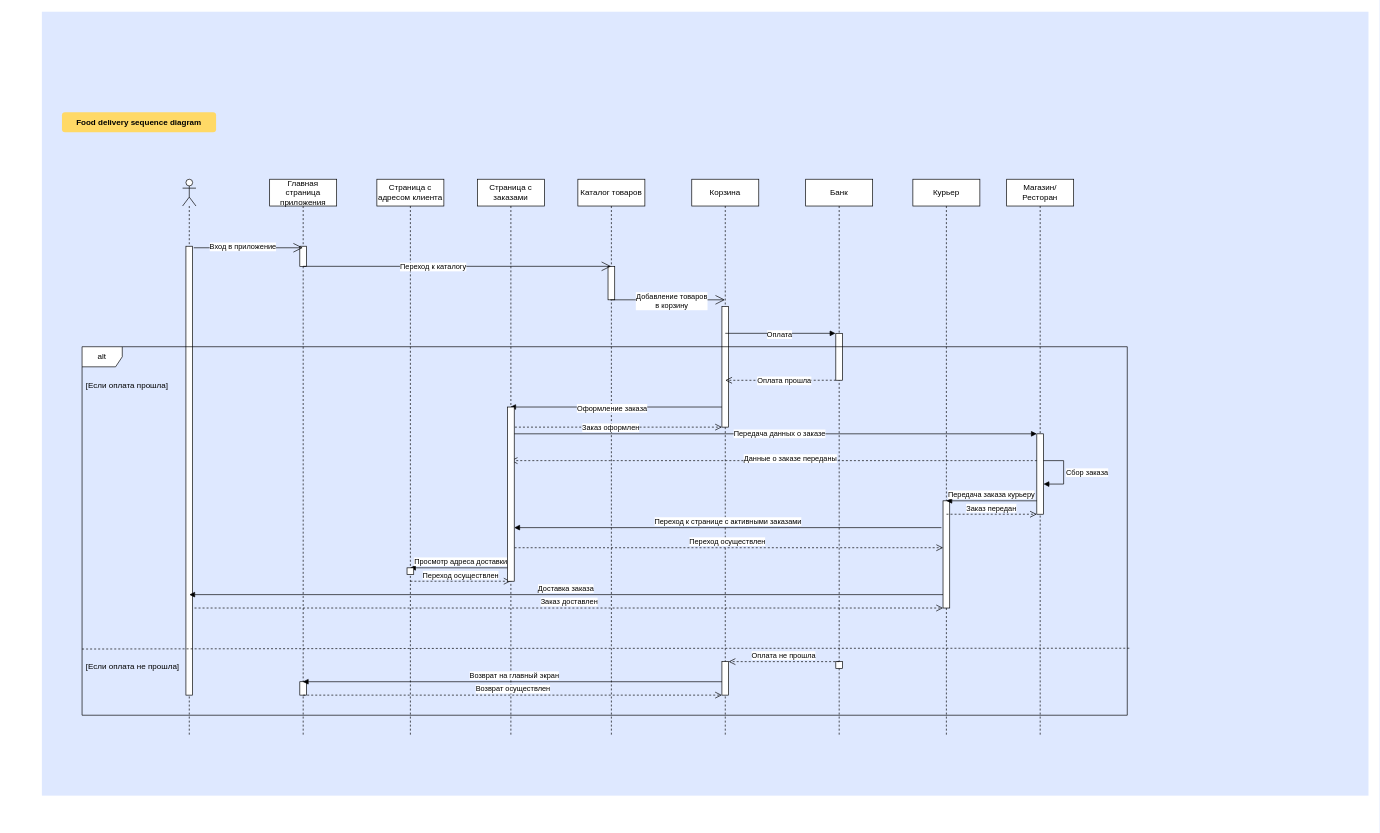
Earlier version of the draw.io diagram Диаграмма без названия.drawio (vasslin/Programming-Technologies-3). Source tidied: cells renumbered, new cells numbered last; positions are measured from the earlier drawing's top-left corner, leaving out a move shared by most shapes. Both pictures are drawn from the tidied source at 67%, with x=0, y=0 at pixel (42, 11).
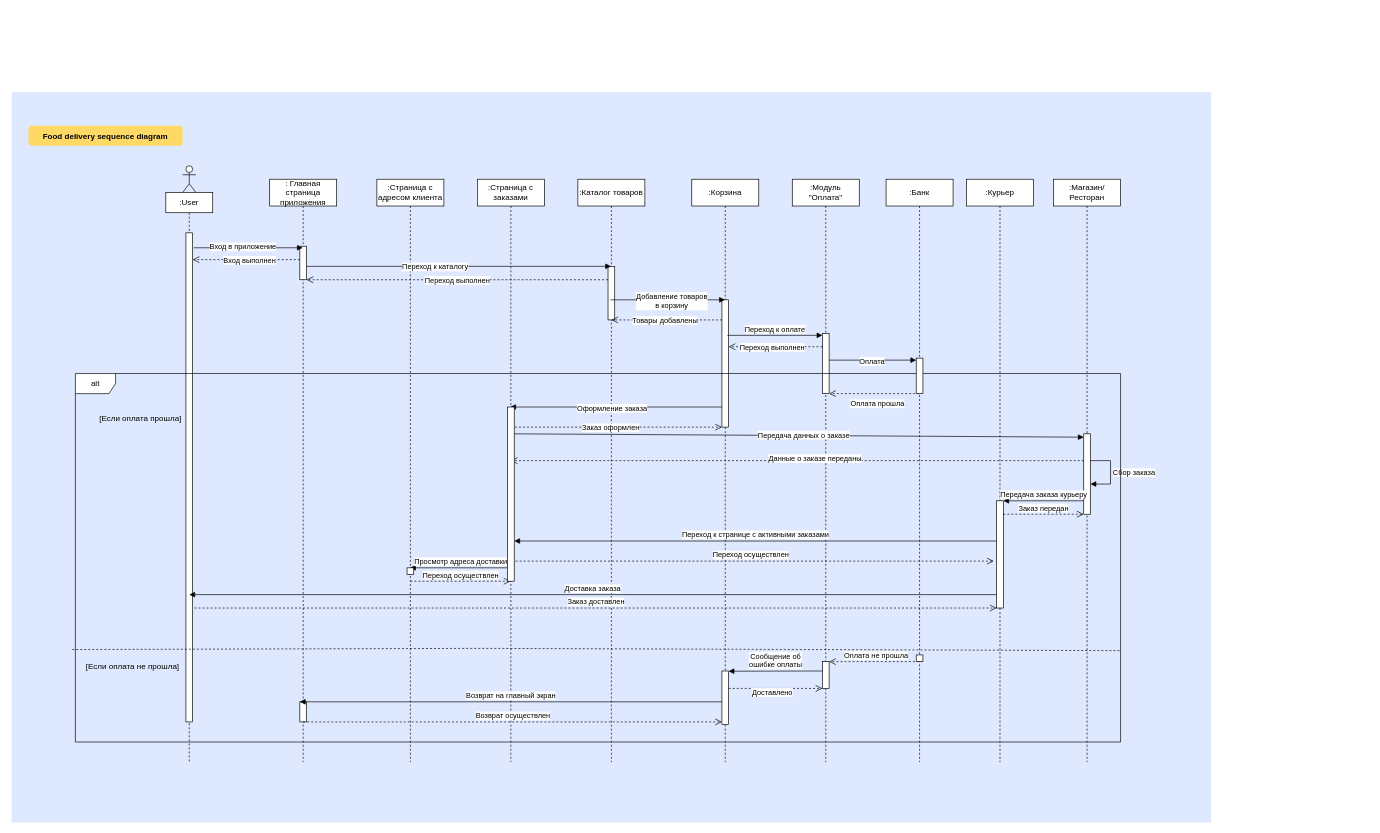
After the change.

Unchanged cells that the change refers to:
```xml
<mxCell id="15" style="html=1;points=[[0,0,0,0,5],[0,1,0,0,-5],[1,0,0,0,5],[1,1,0,0,-5]];perimeter=orthogonalPerimeter;outlineConnect=0;targetShapes=umlLifeline;portConstraint=eastwest;newEdgeStyle={&quot;curved&quot;:0,&quot;rounded&quot;:0};" parent="14" vertex="1">
  <mxGeometry x="45" y="480" width="10" height="160" as="geometry" />
</mxCell>
<mxCell id="17" style="html=1;points=[[0,0,0,0,5],[0,1,0,0,-5],[1,0,0,0,5],[1,1,0,0,-5]];perimeter=orthogonalPerimeter;outlineConnect=0;targetShapes=umlLifeline;portConstraint=eastwest;newEdgeStyle={&quot;curved&quot;:0,&quot;rounded&quot;:0};" parent="16" vertex="1">
  <mxGeometry x="45" y="380" width="10" height="120" as="geometry" />
</mxCell>
<mxCell id="55" style="html=1;points=[[0,0,0,0,5],[0,1,0,0,-5],[1,0,0,0,5],[1,1,0,0,-5]];perimeter=orthogonalPerimeter;outlineConnect=0;targetShapes=umlLifeline;portConstraint=eastwest;newEdgeStyle={&quot;curved&quot;:0,&quot;rounded&quot;:0};" parent="1" vertex="1">
  <mxGeometry x="695" y="590" width="10" height="260" as="geometry" />
</mxCell>
```

Change to the diagram source:
```diff
@@
     <mxCell id="2" style="fillColor=#DEE8FF;strokeColor=none;" parent="1" vertex="1">
-      <mxGeometry width="1980" height="1170" as="geometry" />
+      <mxGeometry x="-45" y="120" width="1790" height="1090" as="geometry" />
     </mxCell>
     <mxCell id="3" value="Food delivery sequence diagram" style="rounded=1;fontStyle=1;fillColor=#FFD966;strokeColor=none;" parent="1" vertex="1">
-      <mxGeometry x="30" y="150" width="230" height="30" as="geometry" />
+      <mxGeometry x="-20" y="170" width="230" height="30" as="geometry" />
     </mxCell>
-    <mxCell id="4" value="Главная страница приложения" style="shape=umlLifeline;perimeter=lifelinePerimeter;whiteSpace=wrap;html=1;outlineConnect=0;portConstraint=eastwest;newEdgeStyle={&quot;curved&quot;:0,&quot;rounded&quot;:0};" parent="1" vertex="1">
-      <mxGeometry x="340" y="250" width="100" height="830" as="geometry" />
+    <mxCell id="4" value=": Главная страница приложения" style="shape=umlLifeline;perimeter=lifelinePerimeter;whiteSpace=wrap;html=1;outlineConnect=0;portConstraint=eastwest;newEdgeStyle={&quot;curved&quot;:0,&quot;rounded&quot;:0};" parent="1" vertex="1">
+      <mxGeometry x="340" y="250" width="100" height="870" as="geometry" />
     </mxCell>
     <mxCell id="5" style="html=1;points=[[0,0,0,0,5],[0,1,0,0,-5],[1,0,0,0,5],[1,1,0,0,-5]];perimeter=orthogonalPerimeter;outlineConnect=0;targetShapes=umlLifeline;portConstraint=eastwest;newEdgeStyle={&quot;curved&quot;:0,&quot;rounded&quot;:0};" parent="4" vertex="1">
-      <mxGeometry x="45" y="100" width="10" height="30" as="geometry" />
+      <mxGeometry x="45" y="100" width="10" height="50" as="geometry" />
     </mxCell>
     <mxCell id="6" style="html=1;perimeter=orthogonalPerimeter;targetShapes=umlLifeline;newEdgeStyle={&quot;curved&quot;:0,&quot;rounded&quot;:0};" parent="4" vertex="1">
-      <mxGeometry x="45" y="750" width="10" height="20" as="geometry" />
+      <mxGeometry x="45" y="780" width="10" height="30" as="geometry" />
     </mxCell>
-    <mxCell id="7" value="Каталог товаров" style="shape=umlLifeline;perimeter=lifelinePerimeter;whiteSpace=wrap;html=1;outlineConnect=0;portConstraint=eastwest;newEdgeStyle={&quot;curved&quot;:0,&quot;rounded&quot;:0};" parent="1" vertex="1">
-      <mxGeometry x="800" y="250" width="100" height="830" as="geometry" />
+    <mxCell id="7" value=":Каталог товаров" style="shape=umlLifeline;perimeter=lifelinePerimeter;whiteSpace=wrap;html=1;outlineConnect=0;portConstraint=eastwest;newEdgeStyle={&quot;curved&quot;:0,&quot;rounded&quot;:0};" parent="1" vertex="1">
+      <mxGeometry x="800" y="250" width="100" height="870" as="geometry" />
     </mxCell>
     <mxCell id="8" style="html=1;points=[[0,0,0,0,5],[0,1,0,0,-5],[1,0,0,0,5],[1,1,0,0,-5]];perimeter=orthogonalPerimeter;outlineConnect=0;targetShapes=umlLifeline;portConstraint=eastwest;newEdgeStyle={&quot;curved&quot;:0,&quot;rounded&quot;:0};" parent="7" vertex="1">
-      <mxGeometry x="45" y="130" width="10" height="50" as="geometry" />
+      <mxGeometry x="45" y="130" width="10" height="80" as="geometry" />
     </mxCell>
-    <mxCell id="9" value="Корзина" style="shape=umlLifeline;perimeter=lifelinePerimeter;whiteSpace=wrap;html=1;newEdgeStyle={&quot;curved&quot;:0,&quot;rounded&quot;:0};" parent="1" vertex="1">
-      <mxGeometry x="970" y="250" width="100" height="830" as="geometry" />
+    <mxCell id="9" value=":Корзина" style="shape=umlLifeline;perimeter=lifelinePerimeter;whiteSpace=wrap;html=1;newEdgeStyle={&quot;curved&quot;:0,&quot;rounded&quot;:0};" parent="1" vertex="1">
+      <mxGeometry x="970" y="250" width="100" height="870" as="geometry" />
     </mxCell>
     <mxCell id="10" style="html=1;points=[[0,0,0,0,5],[0,1,0,0,-5],[1,0,0,0,5],[1,1,0,0,-5]];perimeter=orthogonalPerimeter;outlineConnect=0;targetShapes=umlLifeline;portConstraint=eastwest;newEdgeStyle={&quot;curved&quot;:0,&quot;rounded&quot;:0};" parent="9" vertex="1">
-      <mxGeometry x="45" y="190" width="10" height="180" as="geometry" />
+      <mxGeometry x="45" y="180" width="10" height="190" as="geometry" />
     </mxCell>
+    <mxCell id="60" style="html=1;points=[[0,0,0,0,5],[0,1,0,0,-5],[1,0,0,0,5],[1,1,0,0,-5]];perimeter=orthogonalPerimeter;outlineConnect=0;targetShapes=umlLifeline;portConstraint=eastwest;newEdgeStyle={&quot;curved&quot;:0,&quot;rounded&quot;:0};" parent="9" vertex="1">
+      <mxGeometry x="45" y="734" width="10" height="80" as="geometry" />
+    </mxCell>
-    <mxCell id="11" value="Банк" style="shape=umlLifeline;perimeter=lifelinePerimeter;whiteSpace=wrap;html=1;newEdgeStyle={&quot;curved&quot;:0,&quot;rounded&quot;:0};" parent="1" vertex="1">
-      <mxGeometry x="1140" y="250" width="100" height="830" as="geometry" />
+    <mxCell id="11" value=":Модуль &quot;Оплата&quot;" style="shape=umlLifeline;perimeter=lifelinePerimeter;whiteSpace=wrap;html=1;newEdgeStyle={&quot;curved&quot;:0,&quot;rounded&quot;:0};" parent="1" vertex="1">
+      <mxGeometry x="1120" y="250" width="100" height="870" as="geometry" />
     </mxCell>
     <mxCell id="12" style="html=1;points=[[0,0,0,0,5],[0,1,0,0,-5],[1,0,0,0,5],[1,1,0,0,-5]];perimeter=orthogonalPerimeter;outlineConnect=0;targetShapes=umlLifeline;portConstraint=eastwest;newEdgeStyle={&quot;curved&quot;:0,&quot;rounded&quot;:0};" parent="11" vertex="1">
-      <mxGeometry x="45" y="230" width="10" height="70" as="geometry" />
+      <mxGeometry x="45" y="230" width="10" height="90" as="geometry" />
     </mxCell>
-    <mxCell id="13" style="html=1;perimeter=orthogonalPerimeter;targetShapes=umlLifeline;newEdgeStyle={&quot;curved&quot;:0,&quot;rounded&quot;:0};" parent="11" vertex="1">
-      <mxGeometry x="45" y="720" width="10" height="10" as="geometry" />
-    </mxCell>
-    <mxCell id="14" value="Курьер" style="shape=umlLifeline;perimeter=lifelinePerimeter;whiteSpace=wrap;html=1;newEdgeStyle={&quot;curved&quot;:0,&quot;rounded&quot;:0};" parent="1" vertex="1">
-      <mxGeometry x="1300" y="250" width="100" height="830" as="geometry" />
+    <mxCell id="14" value=":Курьер" style="shape=umlLifeline;perimeter=lifelinePerimeter;whiteSpace=wrap;html=1;newEdgeStyle={&quot;curved&quot;:0,&quot;rounded&quot;:0};" parent="1" vertex="1">
+      <mxGeometry x="1380" y="250" width="100" height="870" as="geometry" />
     </mxCell>
@@
-    <mxCell id="16" value="Магазин/Ресторан" style="shape=umlLifeline;perimeter=lifelinePerimeter;whiteSpace=wrap;html=1;newEdgeStyle={&quot;curved&quot;:0,&quot;rounded&quot;:0};" parent="1" vertex="1">
-      <mxGeometry x="1440" y="250" width="100" height="830" as="geometry" />
+    <mxCell id="16" value=":Магазин/Ресторан" style="shape=umlLifeline;perimeter=lifelinePerimeter;whiteSpace=wrap;html=1;newEdgeStyle={&quot;curved&quot;:0,&quot;rounded&quot;:0};" parent="1" vertex="1">
+      <mxGeometry x="1510" y="250" width="100" height="870" as="geometry" />
     </mxCell>
@@
-    <mxCell id="19" style="endArrow=open;endFill=1;endSize=12;html=1;rounded=0;exitX=0.056;exitY=1.242;exitDx=0;exitDy=0;exitPerimeter=0;" parent="1" edge="1" target="4">
+    <mxCell id="19" style="endArrow=block;endFill=1;html=1;rounded=0;exitX=0.056;exitY=1.242;exitDx=0;exitDy=0;exitPerimeter=0;" parent="1" edge="1" target="4">
       <mxGeometry relative="1" as="geometry">
         <mxPoint x="226.7" y="352.3" as="sourcePoint" />
       </mxGeometry>
     </mxCell>
@@
     <mxCell id="21" style="shape=umlLifeline;perimeter=lifelinePerimeter;whiteSpace=wrap;html=1;newEdgeStyle={&quot;curved&quot;:0,&quot;rounded&quot;:0};participant=umlActor;" parent="1" vertex="1">
-      <mxGeometry x="210" y="250" width="20" height="830" as="geometry" />
+      <mxGeometry x="210" y="230" width="20" height="890" as="geometry" />
     </mxCell>
     <mxCell id="22" style="html=1;perimeter=orthogonalPerimeter;targetShapes=umlLifeline;newEdgeStyle={&quot;curved&quot;:0,&quot;rounded&quot;:0};" parent="21" vertex="1">
-      <mxGeometry x="5" y="100" width="10" height="670" as="geometry" />
+      <mxGeometry x="5" y="100" width="10" height="730" as="geometry" />
     </mxCell>
-    <mxCell id="23" value="Страница с адресом клиента" style="shape=umlLifeline;perimeter=lifelinePerimeter;whiteSpace=wrap;html=1;outlineConnect=0;portConstraint=eastwest;newEdgeStyle={&quot;curved&quot;:0,&quot;rounded&quot;:0};" parent="1" vertex="1">
-      <mxGeometry x="500" y="250" width="100" height="830" as="geometry" />
+    <mxCell id="23" value=":Страница с адресом клиента" style="shape=umlLifeline;perimeter=lifelinePerimeter;whiteSpace=wrap;html=1;outlineConnect=0;portConstraint=eastwest;newEdgeStyle={&quot;curved&quot;:0,&quot;rounded&quot;:0};" parent="1" vertex="1">
+      <mxGeometry x="500" y="250" width="100" height="870" as="geometry" />
     </mxCell>
-    <mxCell id="24" style="endArrow=open;endFill=1;endSize=12;html=1;rounded=0;" parent="1" edge="1" target="7">
+    <mxCell id="24" style="endArrow=block;endFill=1;html=1;rounded=0;" parent="1" edge="1">
       <mxGeometry relative="1" as="geometry">
-        <mxPoint x="390" y="380" as="sourcePoint" />
+        <mxPoint x="395" y="380" as="sourcePoint" />
+        <mxPoint x="849.5" y="380" as="targetPoint" />
       </mxGeometry>
     </mxCell>
@@
-    <mxCell id="26" style="endArrow=open;endFill=1;endSize=12;html=1;rounded=0;" parent="1" edge="1">
+    <mxCell id="26" style="endArrow=block;endFill=1;html=1;rounded=0;" parent="1" edge="1">
       <mxGeometry relative="1" as="geometry">
         <mxPoint x="848.5" y="430" as="sourcePoint" />
         <mxPoint x="1019.5" y="430" as="targetPoint" />
       </mxGeometry>
     </mxCell>
@@
-    <mxCell id="28" style="html=1;verticalAlign=bottom;endArrow=block;curved=0;rounded=0;" parent="1" edge="1">
+    <mxCell id="28" style="html=1;verticalAlign=bottom;endArrow=block;curved=0;rounded=0;" parent="1" edge="1" target="65">
       <mxGeometry relative="1" as="geometry">
-        <mxPoint x="1020" y="480" as="sourcePoint" />
-        <mxPoint x="1184.5" y="480" as="targetPoint" />
+        <mxPoint x="1175" y="520" as="sourcePoint" />
       </mxGeometry>
     </mxCell>
@@
     <mxCell id="30" value="alt" style="shape=umlFrame;whiteSpace=wrap;html=1;" parent="1" vertex="1">
-      <mxGeometry x="60" y="500" width="1560" height="550" as="geometry" />
+      <mxGeometry x="50" y="540" width="1560" height="550" as="geometry" />
     </mxCell>
-    <mxCell id="31" style="endArrow=none;dashed=1;html=1;rounded=0;exitX=-0.003;exitY=0.5;exitDx=0;exitDy=0;exitPerimeter=0;entryX=1;entryY=0.497;entryDx=0;entryDy=0;entryPerimeter=0;" parent="1" edge="1">
+    <mxCell id="31" style="endArrow=none;dashed=1;html=1;rounded=0;exitX=-0.003;exitY=0.749;exitDx=0;exitDy=0;exitPerimeter=0;entryX=1;entryY=0.752;entryDx=0;entryDy=0;entryPerimeter=0;" parent="1" edge="1" source="30" target="30">
       <mxGeometry relative="1" as="geometry">
-        <mxPoint x="60" y="951.2" as="sourcePoint" />
-        <mxPoint x="1624.7" y="950" as="targetPoint" />
         <Array as="points">
           <mxPoint x="654.7" y="950.2" />
         </Array>
       </mxGeometry>
     </mxCell>
     <mxCell id="32" value="[Если оплата прошла]" style="text;strokeColor=none;fillColor=none;align=left;verticalAlign=middle;spacingTop=-1;spacingLeft=4;spacingRight=4;labelPosition=right;" parent="1" vertex="1">
-      <mxGeometry x="60" y="550" height="14" as="geometry" />
+      <mxGeometry x="80" y="600" height="14" as="geometry" />
     </mxCell>
@@
-    <mxCell id="34" style="html=1;verticalAlign=bottom;endArrow=open;dashed=1;endSize=8;curved=0;rounded=0;exitX=0.5;exitY=0.195;exitDx=0;exitDy=0;exitPerimeter=0;" parent="1" edge="1">
+    <mxCell id="34" style="html=1;verticalAlign=bottom;endArrow=open;dashed=1;endSize=8;curved=0;rounded=0;" parent="1" edge="1">
       <mxGeometry relative="1" as="geometry">
-        <mxPoint x="1185" y="550" as="sourcePoint" />
-        <mxPoint x="1020" y="550.1" as="targetPoint" />
+        <mxPoint x="1309.5" y="570" as="sourcePoint" />
+        <mxPoint x="1175" y="570" as="targetPoint" />
         <Array as="points">
-          <mxPoint x="1085" y="550.1" />
+          <mxPoint x="1215" y="570" />
         </Array>
       </mxGeometry>
     </mxCell>
     <mxCell id="35" value="Оплата прошла" style="edgeLabel;html=1;align=center;verticalAlign=middle;" parent="34" vertex="1">
-      <mxGeometry x="-0.06" relative="1" as="geometry" />
+      <mxGeometry x="-0.06" relative="1" as="geometry">
+        <mxPoint y="14" as="offset" />
+      </mxGeometry>
     </mxCell>
@@
-    <mxCell id="37" value="Страница с заказами" style="shape=umlLifeline;perimeter=lifelinePerimeter;whiteSpace=wrap;html=1;outlineConnect=0;portConstraint=eastwest;newEdgeStyle={&quot;curved&quot;:0,&quot;rounded&quot;:0};" parent="1" vertex="1">
-      <mxGeometry x="650" y="250" width="100" height="830" as="geometry" />
+    <mxCell id="37" value=":Страница с заказами" style="shape=umlLifeline;perimeter=lifelinePerimeter;whiteSpace=wrap;html=1;outlineConnect=0;portConstraint=eastwest;newEdgeStyle={&quot;curved&quot;:0,&quot;rounded&quot;:0};" parent="1" vertex="1">
+      <mxGeometry x="650" y="250" width="100" height="870" as="geometry" />
     </mxCell>
@@
-    <mxCell id="43" style="html=1;verticalAlign=bottom;endArrow=block;curved=0;rounded=0;" parent="1" edge="1">
+    <mxCell id="43" style="html=1;verticalAlign=bottom;endArrow=block;curved=0;rounded=0;entryX=0;entryY=0;entryDx=0;entryDy=5;entryPerimeter=0;" parent="1" edge="1" target="17">
       <mxGeometry relative="1" as="geometry">
         <mxPoint x="700.4" y="630" as="sourcePoint" />
-        <mxPoint x="1485" y="630" as="targetPoint" />
       </mxGeometry>
     </mxCell>
@@
-    <mxCell id="47" value="Передача заказа курьеру" style="html=1;verticalAlign=bottom;endArrow=block;curved=0;rounded=0;" parent="1" edge="1" source="17">
-      <mxGeometry relative="1" as="geometry">
-        <mxPoint x="1350" y="730" as="targetPoint" />
-      </mxGeometry>
+    <mxCell id="47" value="Передача заказа курьеру" style="html=1;verticalAlign=bottom;endArrow=block;curved=0;rounded=0;" parent="1" edge="1" source="17" target="15">
+      <mxGeometry relative="1" as="geometry" />
     </mxCell>
-    <mxCell id="48" value="Заказ передан" style="html=1;verticalAlign=bottom;endArrow=open;dashed=1;endSize=8;curved=0;rounded=0;" parent="1" edge="1">
-      <mxGeometry relative="1" as="geometry">
-        <mxPoint x="1350.2" y="750" as="sourcePoint" />
-        <mxPoint x="1485" y="750" as="targetPoint" />
-      </mxGeometry>
+    <mxCell id="48" value="Заказ передан" style="html=1;verticalAlign=bottom;endArrow=open;dashed=1;endSize=8;curved=0;rounded=0;" parent="1" edge="1" source="15" target="17">
+      <mxGeometry relative="1" as="geometry" />
     </mxCell>
-    <mxCell id="49" value="Переход к странице с активными заказами" style="html=1;verticalAlign=bottom;endArrow=block;curved=0;rounded=0;" parent="1" edge="1" target="55">
+    <mxCell id="49" value="Переход к странице с активными заказами" style="html=1;verticalAlign=bottom;endArrow=block;curved=0;rounded=0;" parent="1" edge="1">
       <mxGeometry relative="1" as="geometry">
-        <mxPoint x="1342.6" y="770" as="sourcePoint" />
+        <mxPoint x="1425" y="790" as="sourcePoint" />
+        <mxPoint x="705" y="790" as="targetPoint" />
       </mxGeometry>
     </mxCell>
-    <mxCell id="50" value="Переход осуществлен" style="html=1;verticalAlign=bottom;endArrow=open;dashed=1;endSize=8;curved=0;rounded=0;" parent="1" edge="1" source="37">
+    <mxCell id="50" value="Переход осуществлен" style="html=1;verticalAlign=bottom;endArrow=open;dashed=1;endSize=8;curved=0;rounded=0;" parent="1" edge="1">
       <mxGeometry relative="1" as="geometry">
-        <mxPoint x="1345.1" y="800" as="targetPoint" />
+        <mxPoint x="695" y="820" as="sourcePoint" />
+        <mxPoint x="1420.8" y="820" as="targetPoint" />
       </mxGeometry>
     </mxCell>
@@
-    <mxCell id="57" value="Оплата не прошла" style="html=1;verticalAlign=bottom;endArrow=open;dashed=1;endSize=8;curved=0;rounded=0;" parent="1" edge="1" target="60">
+    <mxCell id="57" value="Оплата не прошла" style="html=1;verticalAlign=bottom;endArrow=open;dashed=1;endSize=8;curved=0;rounded=0;" parent="1" edge="1" target="69">
       <mxGeometry relative="1" as="geometry">
-        <mxPoint x="1190" y="970" as="sourcePoint" />
+        <mxPoint x="1315" y="970" as="sourcePoint" />
       </mxGeometry>
     </mxCell>
     <mxCell id="58" value="Возврат на главный экран" style="html=1;verticalAlign=bottom;endArrow=block;curved=0;rounded=0;" parent="1" edge="1">
       <mxGeometry relative="1" as="geometry">
-        <mxPoint x="1019.5" y="1000" as="sourcePoint" />
-        <mxPoint x="389.4" y="1000" as="targetPoint" />
+        <mxPoint x="1015" y="1030" as="sourcePoint" />
+        <mxPoint x="385" y="1030" as="targetPoint" />
       </mxGeometry>
     </mxCell>
-    <mxCell id="59" value="Возврат осуществлен" style="html=1;verticalAlign=bottom;endArrow=open;dashed=1;endSize=8;curved=0;rounded=0;" parent="1" edge="1" target="60">
+    <mxCell id="59" value="Возврат осуществлен" style="html=1;verticalAlign=bottom;endArrow=open;dashed=1;endSize=8;curved=0;rounded=0;" parent="1" edge="1">
       <mxGeometry relative="1" as="geometry">
-        <mxPoint x="390" y="1020" as="sourcePoint" />
+        <mxPoint x="390" y="1060" as="sourcePoint" />
+        <mxPoint x="1015" y="1060" as="targetPoint" />
       </mxGeometry>
     </mxCell>
-    <mxCell id="60" style="html=1;points=[[0,0,0,0,5],[0,1,0,0,-5],[1,0,0,0,5],[1,1,0,0,-5]];perimeter=orthogonalPerimeter;outlineConnect=0;targetShapes=umlLifeline;portConstraint=eastwest;newEdgeStyle={&quot;curved&quot;:0,&quot;rounded&quot;:0};" parent="1" vertex="1">
-      <mxGeometry x="1015" y="970" width="10" height="50" as="geometry" />
-    </mxCell>
+    <mxCell id="61" value="Переход выполнен" style="html=1;verticalAlign=bottom;endArrow=open;dashed=1;endSize=8;curved=0;rounded=0;" parent="1" edge="1" source="8" target="5">
+      <mxGeometry y="10" relative="1" as="geometry" />
+    </mxCell>
+    <mxCell id="62" value="Вход выполнен" style="html=1;verticalAlign=bottom;endArrow=open;dashed=1;endSize=8;curved=0;rounded=0;" parent="1" edge="1">
+      <mxGeometry x="-0.06" y="10" relative="1" as="geometry">
+        <mxPoint x="385" y="370" as="sourcePoint" />
+        <mxPoint x="225" y="370" as="targetPoint" />
+      </mxGeometry>
+    </mxCell>
+    <mxCell id="63" value="Товары добавлены" style="html=1;verticalAlign=bottom;endArrow=open;dashed=1;endSize=8;curved=0;rounded=0;" parent="1" edge="1">
+      <mxGeometry x="0.03" y="10" relative="1" as="geometry">
+        <mxPoint x="1015" y="460" as="sourcePoint" />
+        <mxPoint x="850" y="460" as="targetPoint" />
+      </mxGeometry>
+    </mxCell>
+    <mxCell id="64" value=":Банк" style="shape=umlLifeline;perimeter=lifelinePerimeter;whiteSpace=wrap;html=1;newEdgeStyle={&quot;curved&quot;:0,&quot;rounded&quot;:0};" parent="1" vertex="1">
+      <mxGeometry x="1260" y="250" width="100" height="870" as="geometry" />
+    </mxCell>
+    <mxCell id="65" style="html=1;points=[[0,0,0,0,5],[0,1,0,0,-5],[1,0,0,0,5],[1,1,0,0,-5]];perimeter=orthogonalPerimeter;outlineConnect=0;targetShapes=umlLifeline;portConstraint=eastwest;newEdgeStyle={&quot;curved&quot;:0,&quot;rounded&quot;:0};" parent="64" vertex="1">
+      <mxGeometry x="45" y="267" width="10" height="53" as="geometry" />
+    </mxCell>
+    <mxCell id="13" style="html=1;perimeter=orthogonalPerimeter;targetShapes=umlLifeline;newEdgeStyle={&quot;curved&quot;:0,&quot;rounded&quot;:0};" parent="64" vertex="1">
+      <mxGeometry x="45" y="710" width="10" height="10" as="geometry" />
+    </mxCell>
+    <mxCell id="66" value="Переход к оплате" style="html=1;verticalAlign=bottom;endArrow=block;curved=0;rounded=0;exitX=0.815;exitY=0.279;exitDx=0;exitDy=0;exitPerimeter=0;" parent="1" edge="1" source="10" target="12">
+      <mxGeometry relative="1" as="geometry" />
+    </mxCell>
+    <mxCell id="67" value="Переход выполнен" style="html=1;verticalAlign=bottom;endArrow=open;dashed=1;endSize=8;curved=0;rounded=0;" parent="1" edge="1">
+      <mxGeometry x="0.07" y="10" relative="1" as="geometry">
+        <mxPoint x="1165" y="500" as="sourcePoint" />
+        <mxPoint x="1025" y="500" as="targetPoint" />
+      </mxGeometry>
+    </mxCell>
+    <mxCell id="68" value=":User" style="html=1;whiteSpace=wrap;" parent="1" vertex="1">
+      <mxGeometry x="185" y="270" width="70" height="30" as="geometry" />
+    </mxCell>
+    <mxCell id="69" style="html=1;points=[[0,0,0,0,5],[0,1,0,0,-5],[1,0,0,0,5],[1,1,0,0,-5]];perimeter=orthogonalPerimeter;outlineConnect=0;targetShapes=umlLifeline;portConstraint=eastwest;newEdgeStyle={&quot;curved&quot;:0,&quot;rounded&quot;:0};" parent="1" vertex="1">
+      <mxGeometry x="1165" y="970" width="10" height="40" as="geometry" />
+    </mxCell>
+    <mxCell id="70" value="Сообщение об&lt;div&gt;ошибке оплаты&lt;/div&gt;" style="html=1;verticalAlign=bottom;endArrow=block;curved=0;rounded=0;entryX=0.995;entryY=0.004;entryDx=0;entryDy=0;entryPerimeter=0;" parent="1" edge="1" target="60">
+      <mxGeometry relative="1" as="geometry">
+        <mxPoint x="1165" y="984" as="sourcePoint" />
+      </mxGeometry>
+    </mxCell>
+    <mxCell id="71" value="Доставлено" style="html=1;verticalAlign=bottom;endArrow=open;dashed=1;endSize=8;curved=0;rounded=0;" parent="1" edge="1" source="60" target="69">
+      <mxGeometry x="-0.07" y="-15" relative="1" as="geometry" />
+    </mxCell>
```
